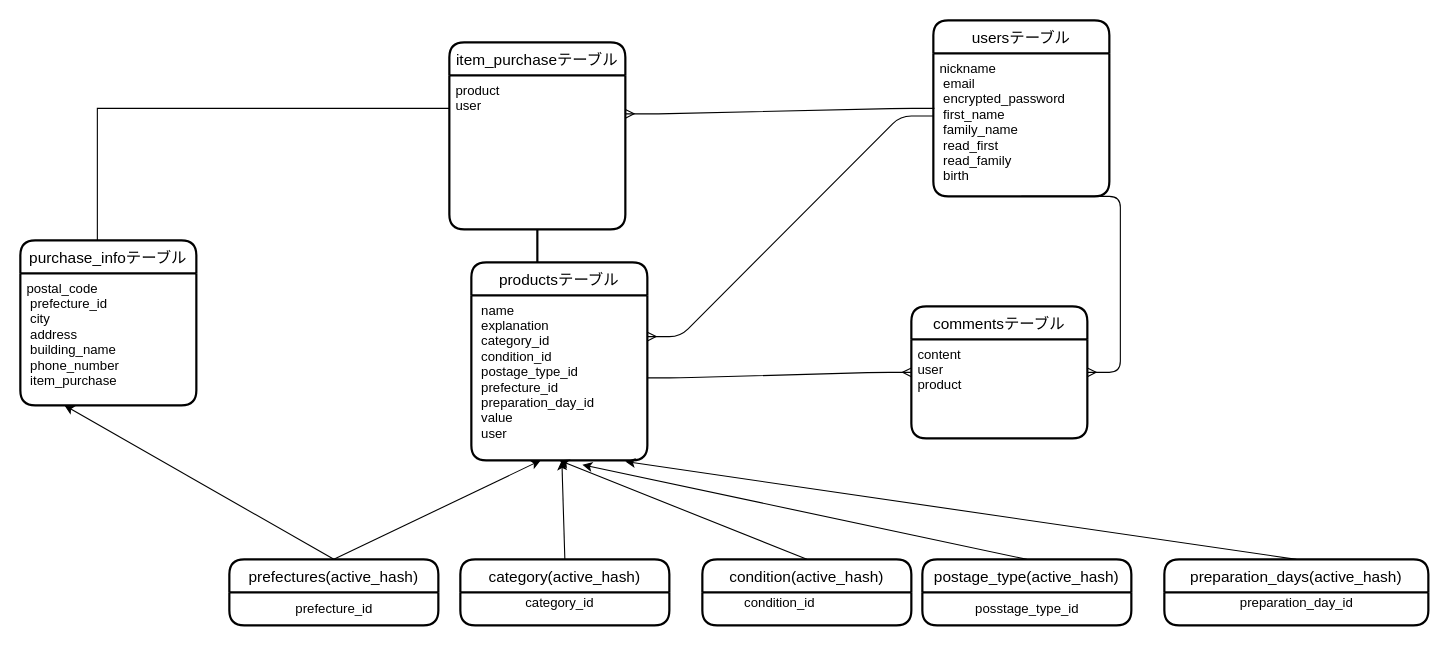
Before: test.dio in haaaanaaa/furima-37833, a draw.io diagram. Source tidied: cells renumbered, new cells numbered last; positions are measured from the earlier drawing's top-left corner, leaving out a move shared by most shapes. Both pictures are drawn from the tidied source at 110%, with x=0, y=0 at pixel (20, 20).
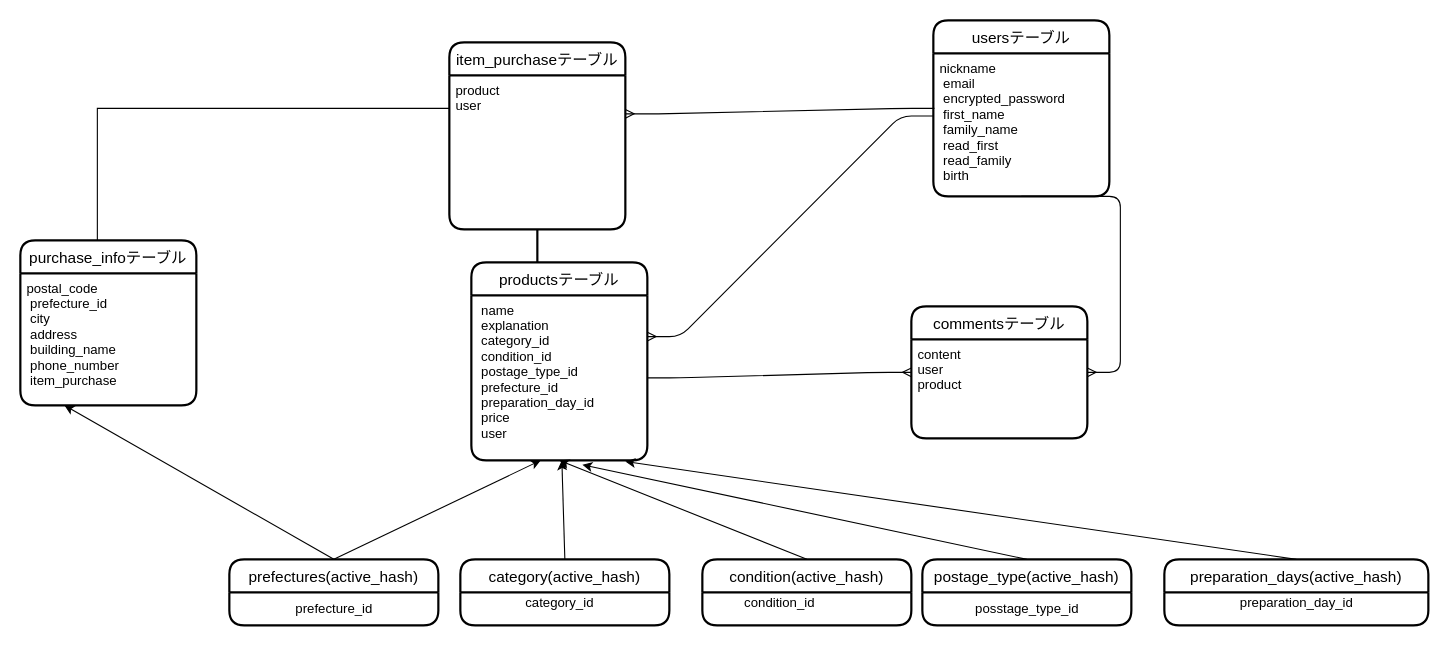
The same page after the edit.

Unchanged cells that the change refers to:
```xml
<mxCell id="6" value="productsテーブル" style="swimlane;horizontal=1;startSize=30;rounded=1;fontSize=14;fontStyle=0;strokeWidth=2;shadow=0;dashed=0;align=center;" parent="1" vertex="1">
  <mxGeometry x="410" y="220" width="160" height="180" as="geometry" />
</mxCell>
```

Diff of the diagram source:
```diff
@@
-    <mxCell id="7" value=" name                  &#10; explanation           &#10; category_id         &#10; condition_id      &#10; postage_type_id      &#10; prefecture_id    &#10; preparation_day_id    &#10; value        &#10; user    " style="align=left;strokeColor=none;fillColor=none;spacingLeft=4;fontSize=12;verticalAlign=top;" parent="6" vertex="1">
+    <mxCell id="7" value=" name                  &#10; explanation           &#10; category_id         &#10; condition_id      &#10; postage_type_id      &#10; prefecture_id    &#10; preparation_day_id    &#10; price       &#10; user    " style="align=left;strokeColor=none;fillColor=none;spacingLeft=4;fontSize=12;verticalAlign=top;" parent="6" vertex="1">
       <mxGeometry y="30" width="160" height="150" as="geometry" />
     </mxCell>
```
